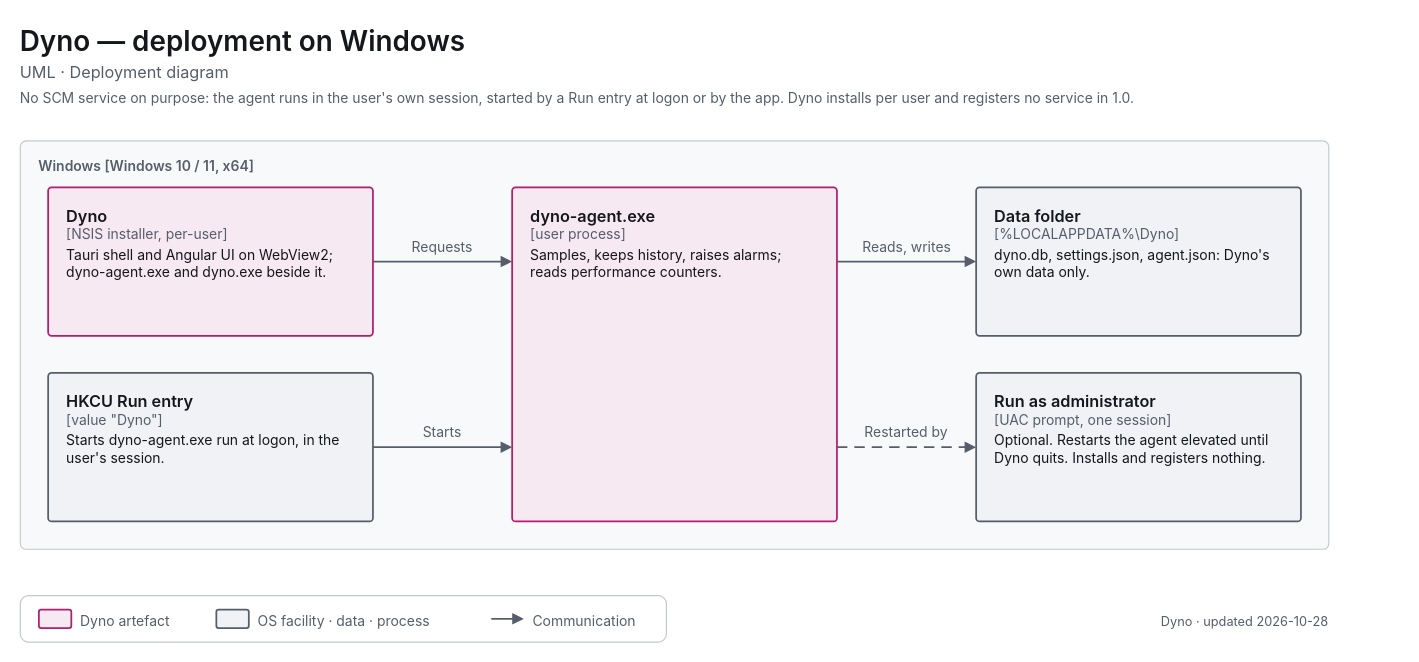
Earlier version of the draw.io diagram apps/dyno/diagrams/uml-deployment-windows.drawio (decryp7/paddock). Source tidied: cells renumbered, new cells numbered last; positions are measured from the earlier drawing's top-left corner, leaving out a move shared by most shapes. Both pictures are drawn from the tidied source at 116%, with x=0, y=0 at pixel (20, 20).
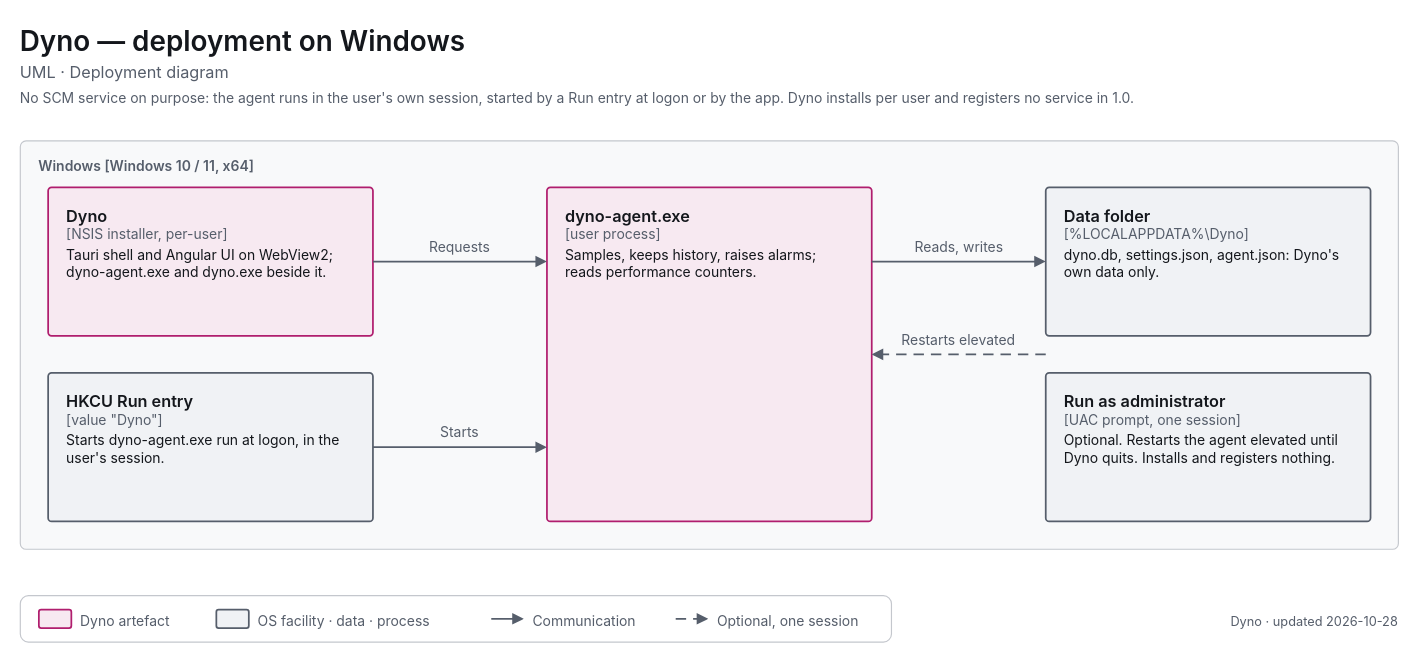
Above is the later version.

What changed in the source:
```diff
@@
     <mxCell id="2" value="&lt;span style=&quot;font-size:24px;font-weight:600&quot;&gt;Dyno — deployment on Windows&lt;/span&gt;" style="html=1;whiteSpace=wrap;fontFamily=-apple-system,BlinkMacSystemFont,Segoe UI,system-ui,sans-serif;fontSize=12;fontColor=light-dark(#14171C,#ECEEF1);text;strokeColor=none;fillColor=none;align=left;verticalAlign=top;spacing=0;fontColor=light-dark(#14171C,#ECEEF1);" parent="1" vertex="1">
-      <mxGeometry width="1104" height="32" as="geometry" />
+      <mxGeometry width="1164" height="32" as="geometry" />
     </mxCell>
     <mxCell id="3" value="&lt;span style=&quot;font-size:14px;font-weight:400&quot;&gt;UML · Deployment diagram&lt;/span&gt;" style="html=1;whiteSpace=wrap;fontFamily=-apple-system,BlinkMacSystemFont,Segoe UI,system-ui,sans-serif;fontSize=12;fontColor=light-dark(#14171C,#ECEEF1);text;strokeColor=none;fillColor=none;align=left;verticalAlign=top;spacing=0;fontColor=light-dark(#565E6B,#A0A7B2);" parent="1" vertex="1">
-      <mxGeometry y="32" width="1104" height="24" as="geometry" />
+      <mxGeometry y="32" width="1164" height="24" as="geometry" />
     </mxCell>
     <mxCell id="4" value="&lt;span style=&quot;font-size:12px;font-weight:400&quot;&gt;No SCM service on purpose: the agent runs in the user's own session, started by a Run entry at logon or by the app. Dyno installs per user and registers no service in 1.0.&lt;/span&gt;" style="html=1;whiteSpace=wrap;fontFamily=-apple-system,BlinkMacSystemFont,Segoe UI,system-ui,sans-serif;fontSize=12;fontColor=light-dark(#14171C,#ECEEF1);text;strokeColor=none;fillColor=none;align=left;verticalAlign=top;spacing=0;fontColor=light-dark(#565E6B,#A0A7B2);" parent="1" vertex="1">
-      <mxGeometry y="56" width="1104" height="20" as="geometry" />
+      <mxGeometry y="56" width="1164" height="20" as="geometry" />
     </mxCell>
     <mxCell id="5" value="&lt;span style=&quot;font-size:12px;font-weight:600&quot;&gt;Windows [Windows 10 / 11, x64]&lt;/span&gt;" style="html=1;whiteSpace=wrap;fontFamily=-apple-system,BlinkMacSystemFont,Segoe UI,system-ui,sans-serif;fontSize=12;fontColor=light-dark(#14171C,#ECEEF1);rounded=1;absoluteArcSize=1;arcSize=10;strokeWidth=1;strokeColor=light-dark(#C4C7CD,#353A42);fillColor=light-dark(#F8F9FA,#121418);align=left;verticalAlign=top;spacingLeft=14;spacingTop=8;fontColor=light-dark(#565E6B,#A0A7B2);" parent="1" vertex="1">
-      <mxGeometry y="104" width="1128" height="352" as="geometry" />
+      <mxGeometry y="104" width="1188" height="352" as="geometry" />
     </mxCell>
@@
     <mxCell id="8" value="&lt;span style=&quot;font-size:14px;font-weight:600&quot;&gt;dyno-agent.exe&lt;/span&gt;&lt;br&gt;&lt;span style=&quot;font-size:12px;color:light-dark(#565E6B,#A0A7B2)&quot;&gt;[user process]&lt;/span&gt;&lt;br&gt;&lt;div style=&quot;margin-top:4px;font-size:12px&quot;&gt;Samples, keeps history, raises alarms; reads performance counters.&lt;/div&gt;" style="html=1;whiteSpace=wrap;fontFamily=-apple-system,BlinkMacSystemFont,Segoe UI,system-ui,sans-serif;fontSize=12;fontColor=light-dark(#14171C,#ECEEF1);rounded=1;absoluteArcSize=1;arcSize=6;strokeWidth=1.5;strokeColor=light-dark(#B01E6E,#F063A8);fillColor=light-dark(#F7E9F1,#382332);align=left;verticalAlign=top;spacingLeft=14;spacingRight=14;spacingTop=10;spacingBottom=8;" parent="1" vertex="1">
-      <mxGeometry x="424" y="144" width="280" height="288" as="geometry" />
+      <mxGeometry x="454" y="144" width="280" height="288" as="geometry" />
     </mxCell>
     <mxCell id="9" value="&lt;span style=&quot;font-size:14px;font-weight:600&quot;&gt;Data folder&lt;/span&gt;&lt;br&gt;&lt;span style=&quot;font-size:12px;color:light-dark(#565E6B,#A0A7B2)&quot;&gt;[%LOCALAPPDATA%\Dyno]&lt;/span&gt;&lt;br&gt;&lt;div style=&quot;margin-top:4px;font-size:12px&quot;&gt;dyno.db, settings.json, agent.json: Dyno's own data only.&lt;/div&gt;" style="html=1;whiteSpace=wrap;fontFamily=-apple-system,BlinkMacSystemFont,Segoe UI,system-ui,sans-serif;fontSize=12;fontColor=light-dark(#14171C,#ECEEF1);rounded=1;absoluteArcSize=1;arcSize=6;strokeWidth=1.5;strokeColor=light-dark(#565E6B,#A0A7B2);fillColor=light-dark(#F0F2F5,#1B1E23);align=left;verticalAlign=top;spacingLeft=14;spacingRight=14;spacingTop=10;spacingBottom=8;" parent="1" vertex="1">
-      <mxGeometry x="824" y="144" width="280" height="128" as="geometry" />
+      <mxGeometry x="884" y="144" width="280" height="128" as="geometry" />
     </mxCell>
     <mxCell id="10" value="&lt;span style=&quot;font-size:14px;font-weight:600&quot;&gt;Run as administrator&lt;/span&gt;&lt;br&gt;&lt;span style=&quot;font-size:12px;color:light-dark(#565E6B,#A0A7B2)&quot;&gt;[UAC prompt, one session]&lt;/span&gt;&lt;br&gt;&lt;div style=&quot;margin-top:4px;font-size:12px&quot;&gt;Optional. Restarts the agent elevated until Dyno quits. Installs and registers nothing.&lt;/div&gt;" style="html=1;whiteSpace=wrap;fontFamily=-apple-system,BlinkMacSystemFont,Segoe UI,system-ui,sans-serif;fontSize=12;fontColor=light-dark(#14171C,#ECEEF1);rounded=1;absoluteArcSize=1;arcSize=6;strokeWidth=1.5;strokeColor=light-dark(#565E6B,#A0A7B2);fillColor=light-dark(#F0F2F5,#1B1E23);align=left;verticalAlign=top;spacingLeft=14;spacingRight=14;spacingTop=10;spacingBottom=8;" parent="1" vertex="1">
-      <mxGeometry x="824" y="304" width="280" height="128" as="geometry" />
+      <mxGeometry x="884" y="304" width="280" height="128" as="geometry" />
     </mxCell>
@@
     <mxCell id="12" value="&lt;span style=&quot;font-size:12px;font-weight:400&quot;&gt;Requests&lt;/span&gt;" style="html=1;whiteSpace=wrap;fontFamily=-apple-system,BlinkMacSystemFont,Segoe UI,system-ui,sans-serif;fontSize=12;fontColor=light-dark(#14171C,#ECEEF1);text;strokeColor=none;fillColor=none;align=center;verticalAlign=top;spacing=0;fontColor=light-dark(#565E6B,#A0A7B2);" parent="1" vertex="1">
-      <mxGeometry x="331" y="184" width="66" height="18" as="geometry" />
+      <mxGeometry x="346" y="184" width="66" height="18" as="geometry" />
     </mxCell>
@@
     <mxCell id="14" value="&lt;span style=&quot;font-size:12px;font-weight:400&quot;&gt;Starts&lt;/span&gt;" style="html=1;whiteSpace=wrap;fontFamily=-apple-system,BlinkMacSystemFont,Segoe UI,system-ui,sans-serif;fontSize=12;fontColor=light-dark(#14171C,#ECEEF1);text;strokeColor=none;fillColor=none;align=center;verticalAlign=top;spacing=0;fontColor=light-dark(#565E6B,#A0A7B2);" parent="1" vertex="1">
-      <mxGeometry x="338" y="344" width="52" height="18" as="geometry" />
+      <mxGeometry x="353" y="344" width="52" height="18" as="geometry" />
     </mxCell>
@@
     <mxCell id="16" value="&lt;span style=&quot;font-size:12px;font-weight:400&quot;&gt;Reads, writes&lt;/span&gt;" style="html=1;whiteSpace=wrap;fontFamily=-apple-system,BlinkMacSystemFont,Segoe UI,system-ui,sans-serif;fontSize=12;fontColor=light-dark(#14171C,#ECEEF1);text;strokeColor=none;fillColor=none;align=center;verticalAlign=top;spacing=0;fontColor=light-dark(#565E6B,#A0A7B2);" parent="1" vertex="1">
-      <mxGeometry x="717" y="184" width="95" height="18" as="geometry" />
+      <mxGeometry x="762" y="184" width="95" height="18" as="geometry" />
     </mxCell>
-    <mxCell id="17" style="edgeStyle=orthogonalEdgeStyle;rounded=1;arcSize=8;jettySize=auto;html=1;strokeWidth=1.5;strokeColor=light-dark(#565E6B,#A0A7B2);endArrow=block;endFill=1;endSize=6;startArrow=none;startFill=0;startSize=8;dashed=1;dashPattern=6 4;exitX=1.0000;exitY=0.7778;exitDx=0;exitDy=0;exitPerimeter=0;entryX=0.0000;entryY=0.5000;entryDx=0;entryDy=0;entryPerimeter=0;" parent="1" edge="1" source="8" target="10">
+    <mxCell id="17" style="edgeStyle=orthogonalEdgeStyle;rounded=1;arcSize=8;jettySize=auto;html=1;strokeWidth=1.5;strokeColor=light-dark(#565E6B,#A0A7B2);endArrow=block;endFill=1;endSize=6;startArrow=none;startFill=0;startSize=8;dashed=1;dashPattern=6 4;exitX=0.0000;exitY=-0.1250;exitDx=0;exitDy=0;exitPerimeter=0;entryX=1.0000;entryY=0.5000;entryDx=0;entryDy=0;entryPerimeter=0;" parent="1" edge="1" source="10" target="8">
       <mxGeometry relative="1" as="geometry" />
     </mxCell>
-    <mxCell id="18" value="&lt;span style=&quot;font-size:12px;font-weight:400&quot;&gt;Restarted by&lt;/span&gt;" style="html=1;whiteSpace=wrap;fontFamily=-apple-system,BlinkMacSystemFont,Segoe UI,system-ui,sans-serif;fontSize=12;fontColor=light-dark(#14171C,#ECEEF1);text;strokeColor=none;fillColor=none;align=center;verticalAlign=top;spacing=0;fontColor=light-dark(#565E6B,#A0A7B2);" parent="1" vertex="1">
-      <mxGeometry x="719" y="344" width="90" height="18" as="geometry" />
+    <mxCell id="18" value="&lt;span style=&quot;font-size:12px;font-weight:400&quot;&gt;Restarts elevated&lt;/span&gt;" style="html=1;whiteSpace=wrap;fontFamily=-apple-system,BlinkMacSystemFont,Segoe UI,system-ui,sans-serif;fontSize=12;fontColor=light-dark(#14171C,#ECEEF1);text;strokeColor=none;fillColor=none;align=center;verticalAlign=top;spacing=0;fontColor=light-dark(#565E6B,#A0A7B2);" parent="1" vertex="1">
+      <mxGeometry x="748" y="264" width="122" height="18" as="geometry" />
     </mxCell>
     <mxCell id="19" style="rounded=1;absoluteArcSize=1;arcSize=14;strokeWidth=1;strokeColor=light-dark(#C4C7CD,#353A42);fillColor=none;" parent="1" vertex="1">
-      <mxGeometry y="496" width="557" height="40" as="geometry" />
+      <mxGeometry y="496" width="751" height="40" as="geometry" />
     </mxCell>
@@
+    <mxCell id="27" style="edgeStyle=none;rounded=1;html=1;strokeWidth=1.5;strokeColor=light-dark(#565E6B,#A0A7B2);endArrow=block;endFill=1;endSize=6;dashed=1;dashPattern=6 4;" parent="1" edge="1">
+      <mxGeometry relative="1" as="geometry">
+        <mxPoint x="565" y="516" as="sourcePoint" />
+        <mxPoint x="593" y="516" as="targetPoint" />
+      </mxGeometry>
+    </mxCell>
+    <mxCell id="28" value="&lt;span style=&quot;font-size:12px;font-weight:400&quot;&gt;Optional, one session&lt;/span&gt;" style="html=1;whiteSpace=wrap;fontFamily=-apple-system,BlinkMacSystemFont,Segoe UI,system-ui,sans-serif;fontSize=12;fontColor=light-dark(#14171C,#ECEEF1);text;strokeColor=none;fillColor=none;align=left;verticalAlign=top;spacing=0;fontColor=light-dark(#565E6B,#A0A7B2);" parent="1" vertex="1">
+      <mxGeometry x="601" y="507" width="134" height="18" as="geometry" />
+    </mxCell>
     <mxCell id="26" value="&lt;span style=&quot;font-size:11px;font-weight:400&quot;&gt;Dyno · updated 2026-10-28&lt;/span&gt;" style="html=1;whiteSpace=wrap;fontFamily=-apple-system,BlinkMacSystemFont,Segoe UI,system-ui,sans-serif;fontSize=12;fontColor=light-dark(#14171C,#ECEEF1);text;strokeColor=none;fillColor=none;align=right;verticalAlign=top;spacing=0;fontColor=light-dark(#565E6B,#A0A7B2);" parent="1" vertex="1">
-      <mxGeometry x="768" y="507" width="360" height="18" as="geometry" />
+      <mxGeometry x="828" y="507" width="360" height="18" as="geometry" />
     </mxCell>
```
